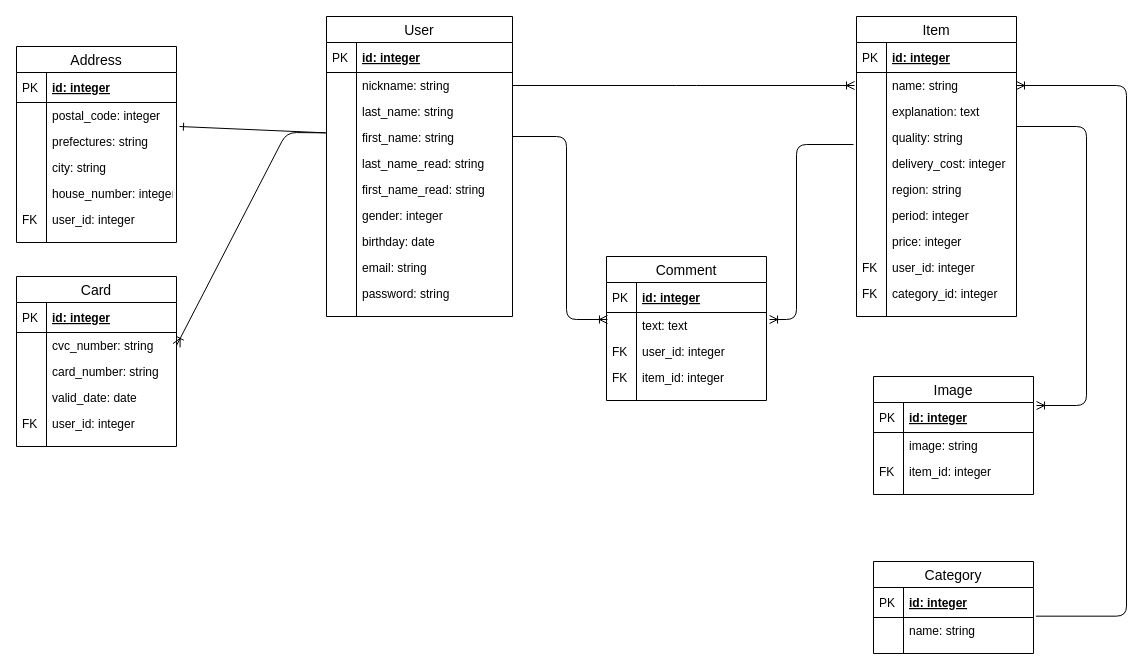
Earlier version of the draw.io diagram test.drawio (saihalkiki/fleamarket_sample_79d). Source tidied: cells renumbered, new cells numbered last; positions are measured from the earlier drawing's top-left corner, leaving out a move shared by most shapes. Both pictures are drawn from the tidied source at 100%, with x=0, y=0 at pixel (16, 16).
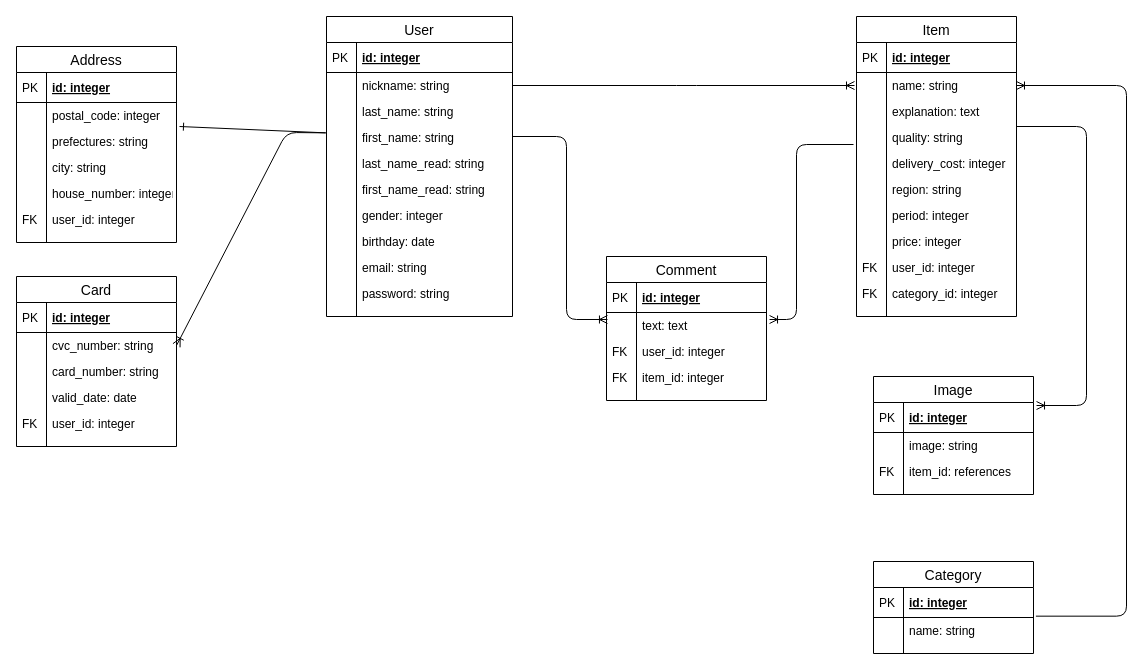
The same diagram, later.

Unchanged cells that the change refers to:
```xml
<mxCell id="2" value="Image" style="swimlane;fontStyle=0;horizontal=1;startSize=26;align=center;fontSize=14;html=0;" parent="1" vertex="1">
  <mxGeometry x="857" y="360" width="160" height="118" as="geometry" />
</mxCell>
```

The edit, as a diff of the source:
```diff
@@
-    <mxCell id="7" value="item_id: integer" style="shape=partialRectangle;top=0;left=0;right=0;bottom=0;align=left;verticalAlign=top;fillColor=none;spacingLeft=34;spacingRight=4;overflow=hidden;fontSize=12;" parent="2" vertex="1">
+    <mxCell id="7" value="item_id: references" style="shape=partialRectangle;top=0;left=0;right=0;bottom=0;align=left;verticalAlign=top;fillColor=none;spacingLeft=34;spacingRight=4;overflow=hidden;fontSize=12;" parent="2" vertex="1">
       <mxGeometry y="82" width="160" height="26" as="geometry" />
     </mxCell>
```
